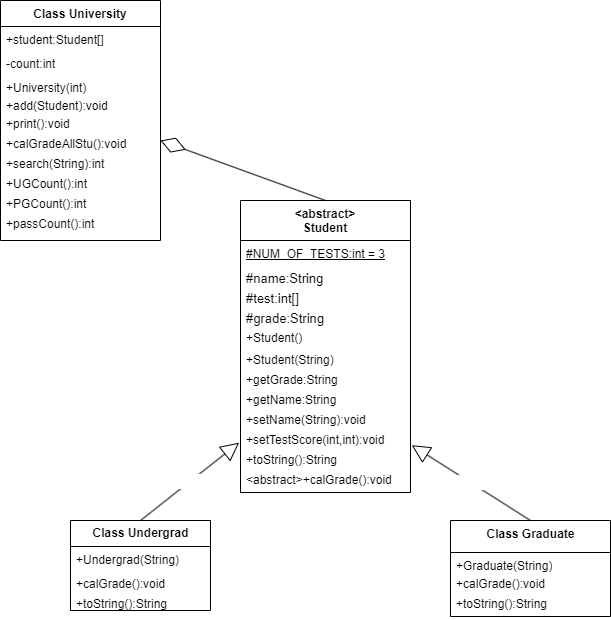
Above: src/Lab10UML.drawio.png in BeelzebubCode/CodeClassRoom (draw.io), before the change. Source tidied: cells renumbered, new cells last; positions are measured from the earlier drawing's top-left corner, leaving out a move shared by most shapes.
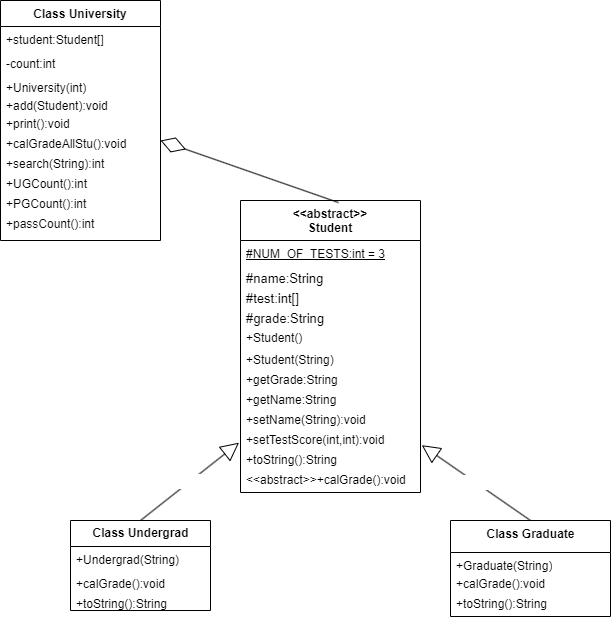
After the commit.

The edit, as a diff of the source:
```diff
@@ -2,44 +2,44 @@
   <root>
     <mxCell id="0" />
     <mxCell id="1" parent="0" />
-    <mxCell id="2" value="&lt;abstract&gt;&#10;Student&#10;" style="swimlane;fontStyle=1;align=center;verticalAlign=top;horizontal=1;startSize=40;" parent="1" vertex="1">
-      <mxGeometry x="240" y="200" width="170" height="292" as="geometry" />
+    <mxCell id="2" value="&lt;&lt;abstract&gt;&gt;&#10;Student&#10;" style="swimlane;fontStyle=1;align=center;verticalAlign=top;horizontal=1;startSize=40;" parent="1" vertex="1">
+      <mxGeometry x="240" y="200" width="180" height="292" as="geometry" />
     </mxCell>
     <mxCell id="3" value="#NUM_OF_TESTS:int = 3" style="text;align=left;verticalAlign=top;spacingLeft=4;spacingRight=4;overflow=hidden;fontStyle=4;html=1;fontSize=12;" parent="2" vertex="1">
-      <mxGeometry y="40" width="170" height="24" as="geometry" />
+      <mxGeometry y="40" width="180" height="24" as="geometry" />
     </mxCell>
     <mxCell id="4" value="#name:String" style="text;align=left;verticalAlign=top;spacingLeft=4;spacingRight=4;overflow=hidden;fontStyle=0;fontSize=13;" parent="2" vertex="1">
-      <mxGeometry y="64" width="170" height="20" as="geometry" />
+      <mxGeometry y="64" width="180" height="20" as="geometry" />
     </mxCell>
     <mxCell id="5" value="#test:int[]" style="text;align=left;verticalAlign=top;spacingLeft=4;spacingRight=4;overflow=hidden;fontStyle=0;fontSize=13;" parent="2" vertex="1">
-      <mxGeometry y="84" width="170" height="20" as="geometry" />
+      <mxGeometry y="84" width="180" height="20" as="geometry" />
     </mxCell>
     <mxCell id="6" value="#grade:String" style="text;align=left;verticalAlign=top;spacingLeft=4;spacingRight=4;overflow=hidden;fontStyle=0;fontSize=13;" parent="2" vertex="1">
-      <mxGeometry y="104" width="170" height="20" as="geometry" />
+      <mxGeometry y="104" width="180" height="20" as="geometry" />
     </mxCell>
     <mxCell id="7" value="+Student()" style="text;align=left;verticalAlign=top;spacingLeft=4;spacingRight=4;overflow=hidden;" parent="2" vertex="1">
-      <mxGeometry y="124" width="170" height="22" as="geometry" />
+      <mxGeometry y="124" width="180" height="22" as="geometry" />
     </mxCell>
     <mxCell id="8" value="+Student(String)" style="text;align=left;verticalAlign=top;spacingLeft=4;spacingRight=4;overflow=hidden;" parent="2" vertex="1">
-      <mxGeometry y="146" width="170" height="20" as="geometry" />
+      <mxGeometry y="146" width="180" height="20" as="geometry" />
     </mxCell>
     <mxCell id="9" value="+getGrade:String" style="text;align=left;verticalAlign=top;spacingLeft=4;spacingRight=4;overflow=hidden;" parent="2" vertex="1">
-      <mxGeometry y="166" width="170" height="20" as="geometry" />
+      <mxGeometry y="166" width="180" height="20" as="geometry" />
     </mxCell>
     <mxCell id="10" value="+getName:String" style="text;align=left;verticalAlign=top;spacingLeft=4;spacingRight=4;overflow=hidden;" parent="2" vertex="1">
-      <mxGeometry y="186" width="170" height="20" as="geometry" />
+      <mxGeometry y="186" width="180" height="20" as="geometry" />
     </mxCell>
     <mxCell id="11" value="+setName(String):void" style="text;align=left;verticalAlign=top;spacingLeft=4;spacingRight=4;overflow=hidden;" parent="2" vertex="1">
-      <mxGeometry y="206" width="170" height="20" as="geometry" />
+      <mxGeometry y="206" width="180" height="20" as="geometry" />
     </mxCell>
     <mxCell id="12" value="+setTestScore(int,int):void" style="text;align=left;verticalAlign=top;spacingLeft=4;spacingRight=4;overflow=hidden;points=[[0,0.5],[1,0.5]];portConstraint=eastwest;" parent="2" vertex="1">
-      <mxGeometry y="226" width="170" height="20" as="geometry" />
+      <mxGeometry y="226" width="180" height="20" as="geometry" />
     </mxCell>
     <mxCell id="13" value="+toString():String" style="text;align=left;verticalAlign=top;spacingLeft=4;spacingRight=4;overflow=hidden;" parent="2" vertex="1">
-      <mxGeometry y="246" width="170" height="20" as="geometry" />
+      <mxGeometry y="246" width="180" height="20" as="geometry" />
     </mxCell>
-    <mxCell id="14" value="&lt;abstract&gt;+calGrade():void" style="text;align=left;verticalAlign=top;spacingLeft=4;spacingRight=4;overflow=hidden;" parent="2" vertex="1">
-      <mxGeometry y="266" width="170" height="26" as="geometry" />
+    <mxCell id="14" value="&lt;&lt;abstract&gt;&gt;+calGrade():void" style="text;align=left;verticalAlign=top;spacingLeft=4;spacingRight=4;overflow=hidden;" parent="2" vertex="1">
+      <mxGeometry y="266" width="180" height="26" as="geometry" />
     </mxCell>
     <mxCell id="15" value="Extends" style="endArrow=block;endSize=16;endFill=0;html=1;fontSize=12;entryX=-0.008;entryY=0.808;entryDx=0;entryDy=0;entryPerimeter=0;exitX=0.5;exitY=0;exitDx=0;exitDy=0;fontColor=#FFFFFF;" parent="1" edge="1" source="16" target="12">
       <mxGeometry relative="1" as="geometry" />
@@ -104,7 +104,7 @@
     <mxCell id="35" value="+passCount():int" style="text;align=left;verticalAlign=top;spacingLeft=4;spacingRight=4;overflow=hidden;" parent="25" vertex="1">
       <mxGeometry y="210" width="160" height="30" as="geometry" />
     </mxCell>
-    <mxCell id="36" style="endArrow=diamondThin;endFill=0;endSize=24;html=1;exitX=0.5;exitY=0;exitDx=0;exitDy=0;entryX=1;entryY=0.5;entryDx=0;entryDy=0;fontColor=#FFFFFF;" parent="1" edge="1" source="2" target="31">
+    <mxCell id="36" style="endArrow=diamondThin;endFill=0;endSize=24;html=1;entryX=1;entryY=0.5;entryDx=0;entryDy=0;fontColor=#FFFFFF;exitX=0.544;exitY=0.007;exitDx=0;exitDy=0;exitPerimeter=0;" parent="1" edge="1" source="2" target="31">
       <mxGeometry relative="1" as="geometry" />
     </mxCell>
   </root>
```
